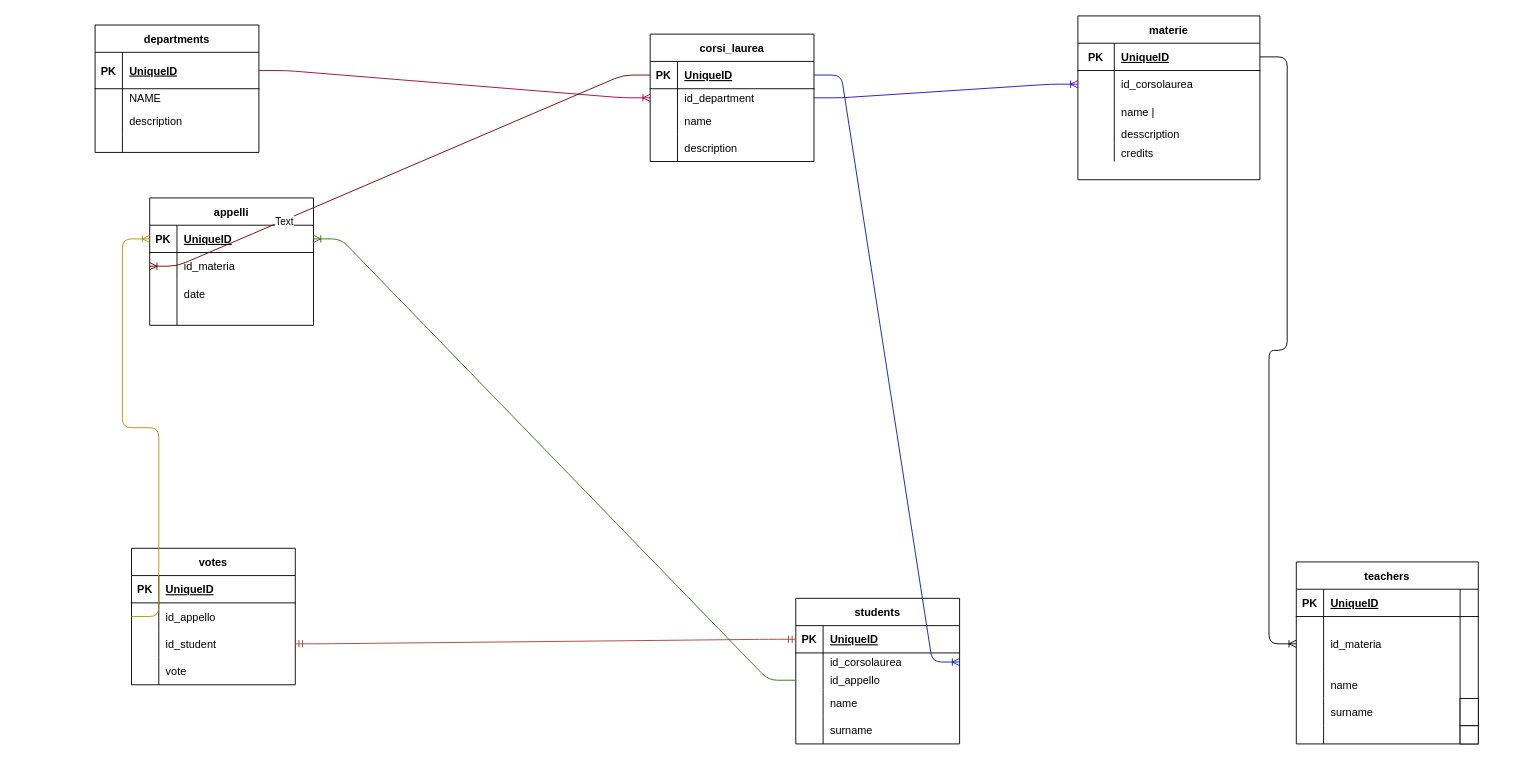
Earlier version of the draw.io diagram univerity.drawio (leamusa/db-university). Source tidied: cells renumbered, new cells numbered last; positions are measured from the earlier drawing's top-left corner, leaving out a move shared by most shapes. Both pictures are drawn from the tidied source at 91%, with x=0, y=0 at pixel (95, 15).
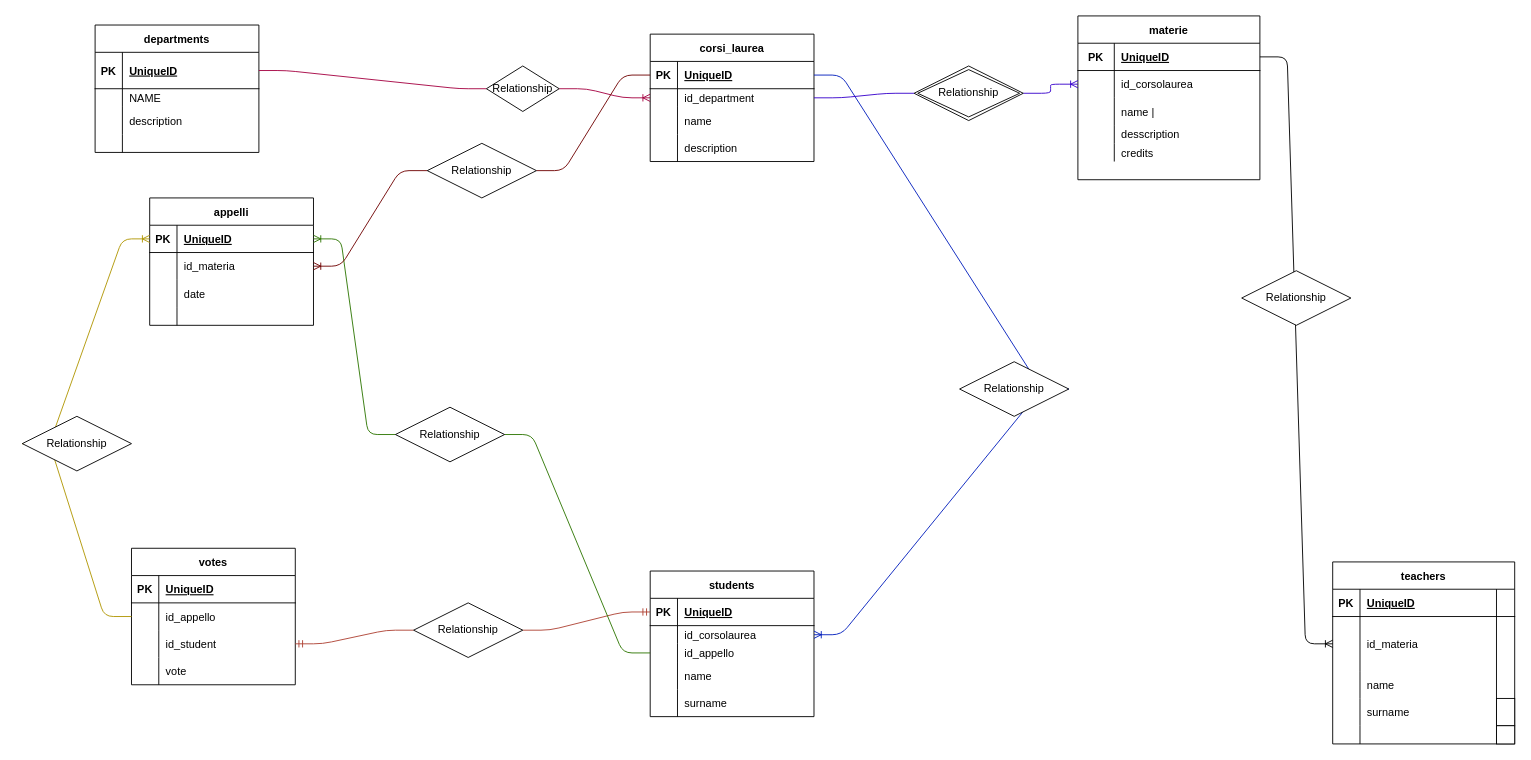
The same diagram, later.

Unchanged cells that the change refers to:
```xml
<mxCell id="3" style="shape=tableRow;horizontal=0;startSize=0;swimlaneHead=0;swimlaneBody=0;fillColor=none;points=[[0,0.5],[1,0.5]];portConstraint=eastwest;top=0;left=0;right=0;bottom=1;" parent="2" vertex="1">
  <mxGeometry y="30" width="180" height="40" as="geometry" />
</mxCell>
<mxCell id="16" style="shape=tableRow;horizontal=0;startSize=0;swimlaneHead=0;swimlaneBody=0;fillColor=none;points=[[0,0.5],[1,0.5]];portConstraint=eastwest;top=0;left=0;right=0;bottom=1;" parent="15" vertex="1">
  <mxGeometry y="30" width="180" height="30" as="geometry" />
</mxCell>
<mxCell id="19" style="shape=tableRow;horizontal=0;startSize=0;swimlaneHead=0;swimlaneBody=0;fillColor=none;points=[[0,0.5],[1,0.5]];portConstraint=eastwest;top=0;left=0;right=0;bottom=0;" parent="15" vertex="1">
  <mxGeometry y="60" width="180" height="20" as="geometry" />
</mxCell>
<mxCell id="32" style="shape=tableRow;horizontal=0;startSize=0;swimlaneHead=0;swimlaneBody=0;fillColor=none;points=[[0,0.5],[1,0.5]];portConstraint=eastwest;top=0;left=0;right=0;bottom=0;" parent="28" vertex="1">
  <mxGeometry y="60" width="200" height="30" as="geometry" />
</mxCell>
<mxCell id="63" style="shape=tableRow;horizontal=0;startSize=0;swimlaneHead=0;swimlaneBody=0;fillColor=none;points=[[0,0.5],[1,0.5]];portConstraint=eastwest;top=0;left=0;right=0;bottom=1;" parent="62" vertex="1">
  <mxGeometry y="30" width="180" height="30" as="geometry" />
</mxCell>
<mxCell id="66" style="shape=tableRow;horizontal=0;startSize=0;swimlaneHead=0;swimlaneBody=0;fillColor=none;points=[[0,0.5],[1,0.5]];portConstraint=eastwest;top=0;left=0;right=0;bottom=0;" parent="62" vertex="1">
  <mxGeometry y="60" width="180" height="20" as="geometry" />
</mxCell>
<mxCell id="69" style="shape=tableRow;horizontal=0;startSize=0;swimlaneHead=0;swimlaneBody=0;fillColor=none;points=[[0,0.5],[1,0.5]];portConstraint=eastwest;top=0;left=0;right=0;bottom=0;" parent="62" vertex="1">
  <mxGeometry y="80" width="180" height="20" as="geometry" />
</mxCell>
<mxCell id="79" style="shape=tableRow;horizontal=0;startSize=0;swimlaneHead=0;swimlaneBody=0;fillColor=none;points=[[0,0.5],[1,0.5]];portConstraint=eastwest;top=0;left=0;right=0;bottom=1;" parent="78" vertex="1">
  <mxGeometry y="30" width="180" height="30" as="geometry" />
</mxCell>
<mxCell id="82" style="shape=tableRow;horizontal=0;startSize=0;swimlaneHead=0;swimlaneBody=0;fillColor=none;points=[[0,0.5],[1,0.5]];portConstraint=eastwest;top=0;left=0;right=0;bottom=0;" parent="78" vertex="1">
  <mxGeometry y="60" width="180" height="30" as="geometry" />
</mxCell>
<mxCell id="95" style="shape=tableRow;horizontal=0;startSize=0;swimlaneHead=0;swimlaneBody=0;fillColor=none;points=[[0,0.5],[1,0.5]];portConstraint=eastwest;top=0;left=0;right=0;bottom=0;" parent="91" vertex="1">
  <mxGeometry y="60" width="180" height="30" as="geometry" />
</mxCell>
<mxCell id="98" style="shape=tableRow;horizontal=0;startSize=0;swimlaneHead=0;swimlaneBody=0;fillColor=none;points=[[0,0.5],[1,0.5]];portConstraint=eastwest;top=0;left=0;right=0;bottom=0;" parent="91" vertex="1">
  <mxGeometry y="90" width="180" height="30" as="geometry" />
</mxCell>
```

Change to the diagram source:
```diff
@@
     <mxCell id="44" value="teachers" style="shape=table;startSize=30;childLayout=tableLayout;rowLines=0;fontStyle=1;align=center;" parent="1" vertex="1">
-      <mxGeometry x="1320" y="600" width="200" height="200" as="geometry" />
+      <mxGeometry x="1360" y="600" width="200" height="200" as="geometry" />
     </mxCell>
@@
     <mxCell id="62" value="students" style="shape=table;startSize=30;childLayout=tableLayout;rowLines=0;fontStyle=1;align=center;" parent="1" vertex="1">
-      <mxGeometry x="770" y="640" width="180" height="160" as="geometry" />
+      <mxGeometry x="610" y="610" width="180" height="160" as="geometry" />
     </mxCell>
@@
-    <mxCell id="104" style="edgeStyle=entityRelationEdgeStyle;fontSize=12;html=1;endArrow=ERoneToMany;exitX=1;exitY=0.5;exitDx=0;exitDy=0;entryX=0;entryY=0.5;entryDx=0;entryDy=0;fillColor=#d80073;strokeColor=#A50040;" parent="1" edge="1" source="3" target="19">
+    <mxCell id="104" style="edgeStyle=entityRelationEdgeStyle;fontSize=12;html=1;endArrow=ERoneToMany;exitX=1;exitY=0.5;exitDx=0;exitDy=0;entryX=0;entryY=0.5;entryDx=0;entryDy=0;fillColor=#d80073;strokeColor=#A50040;startArrow=none;" parent="1" edge="1" source="114" target="19">
       <mxGeometry relative="1" as="geometry" />
     </mxCell>
-    <mxCell id="105" style="edgeStyle=entityRelationEdgeStyle;fontSize=12;html=1;endArrow=ERoneToMany;entryX=0;entryY=0.5;entryDx=0;entryDy=0;fillColor=#6a00ff;strokeColor=#3700CC;exitX=1;exitY=0.5;exitDx=0;exitDy=0;" parent="1" edge="1" source="19" target="32">
+    <mxCell id="105" style="edgeStyle=entityRelationEdgeStyle;fontSize=12;html=1;endArrow=ERoneToMany;entryX=0;entryY=0.5;entryDx=0;entryDy=0;fillColor=#6a00ff;strokeColor=#3700CC;exitX=1;exitY=0.5;exitDx=0;exitDy=0;startArrow=none;" parent="1" edge="1" source="127" target="32">
       <mxGeometry relative="1" as="geometry" />
     </mxCell>
@@
-    <mxCell id="107" style="edgeStyle=entityRelationEdgeStyle;fontSize=12;html=1;endArrow=ERmandOne;startArrow=ERmandOne;entryX=0;entryY=0.5;entryDx=0;entryDy=0;exitX=1;exitY=0.5;exitDx=0;exitDy=0;fillColor=#fad9d5;strokeColor=#ae4132;" parent="1" edge="1" source="98" target="63">
+    <mxCell id="107" style="edgeStyle=entityRelationEdgeStyle;fontSize=12;html=1;endArrow=ERmandOne;startArrow=none;entryX=0;entryY=0.5;entryDx=0;entryDy=0;exitX=1;exitY=0.5;exitDx=0;exitDy=0;fillColor=#fad9d5;strokeColor=#ae4132;" parent="1" edge="1" source="121" target="63">
       <mxGeometry relative="1" as="geometry" />
     </mxCell>
-    <mxCell id="108" style="edgeStyle=entityRelationEdgeStyle;fontSize=12;html=1;endArrow=ERoneToMany;exitX=1;exitY=0.5;exitDx=0;exitDy=0;entryX=1;entryY=0.5;entryDx=0;entryDy=0;fillColor=#0050ef;strokeColor=#001DBC;" parent="1" edge="1" source="16" target="66">
+    <mxCell id="108" style="edgeStyle=entityRelationEdgeStyle;fontSize=12;html=1;endArrow=ERoneToMany;exitX=1;exitY=0.5;exitDx=0;exitDy=0;entryX=1;entryY=0.5;entryDx=0;entryDy=0;fillColor=#0050ef;strokeColor=#001DBC;startArrow=none;" parent="1" edge="1" source="119" target="66">
       <mxGeometry relative="1" as="geometry" />
     </mxCell>
-    <mxCell id="109" style="edgeStyle=entityRelationEdgeStyle;fontSize=12;html=1;endArrow=ERoneToMany;entryX=1;entryY=0.5;entryDx=0;entryDy=0;fillColor=#60a917;strokeColor=#2D7600;exitX=0;exitY=0.5;exitDx=0;exitDy=0;" parent="1" edge="1" source="69" target="79">
+    <mxCell id="109" style="edgeStyle=entityRelationEdgeStyle;fontSize=12;html=1;endArrow=ERoneToMany;entryX=1;entryY=0.5;entryDx=0;entryDy=0;fillColor=#60a917;strokeColor=#2D7600;exitX=0;exitY=0.5;exitDx=0;exitDy=0;startArrow=none;" parent="1" edge="1" source="116" target="79">
       <mxGeometry relative="1" as="geometry" />
     </mxCell>
-    <mxCell id="110" style="edgeStyle=entityRelationEdgeStyle;fontSize=12;html=1;endArrow=ERoneToMany;entryX=0;entryY=0.5;entryDx=0;entryDy=0;fillColor=#a20025;strokeColor=#6F0000;exitX=0;exitY=0.5;exitDx=0;exitDy=0;" parent="1" edge="1" source="16" target="82">
+    <mxCell id="110" style="edgeStyle=entityRelationEdgeStyle;fontSize=12;html=1;endArrow=ERoneToMany;entryX=1;entryY=0.5;entryDx=0;entryDy=0;fillColor=#a20025;strokeColor=#6F0000;exitX=0;exitY=0.5;exitDx=0;exitDy=0;startArrow=none;" parent="1" edge="1" source="123" target="82">
       <mxGeometry relative="1" as="geometry" />
     </mxCell>
-    <mxCell id="111" value="Text" style="edgeLabel;html=1;align=center;verticalAlign=middle;" parent="110" vertex="1">
-      <mxGeometry x="0.47" y="1" relative="1" as="geometry" />
-    </mxCell>
-    <mxCell id="112" style="edgeStyle=entityRelationEdgeStyle;fontSize=12;html=1;endArrow=ERoneToMany;exitX=0;exitY=0.5;exitDx=0;exitDy=0;entryX=0;entryY=0.5;entryDx=0;entryDy=0;fillColor=#e3c800;strokeColor=#B09500;" parent="1" edge="1" source="95" target="79">
+    <mxCell id="112" style="edgeStyle=entityRelationEdgeStyle;fontSize=12;html=1;endArrow=ERoneToMany;exitX=0;exitY=0.5;exitDx=0;exitDy=0;entryX=0;entryY=0.5;entryDx=0;entryDy=0;fillColor=#e3c800;strokeColor=#B09500;startArrow=none;" parent="1" edge="1" source="125" target="79">
       <mxGeometry relative="1" as="geometry" />
     </mxCell>
+    <mxCell id="113" style="edgeStyle=entityRelationEdgeStyle;fontSize=12;html=1;endArrow=none;exitX=1;exitY=0.5;exitDx=0;exitDy=0;entryX=0;entryY=0.5;entryDx=0;entryDy=0;fillColor=#d80073;strokeColor=#A50040;" parent="1" edge="1" source="3" target="114">
+      <mxGeometry relative="1" as="geometry" />
+    </mxCell>
+    <mxCell id="114" value="Relationship" style="shape=rhombus;perimeter=rhombusPerimeter;whiteSpace=wrap;html=1;align=center;" parent="1" vertex="1">
+      <mxGeometry x="430" y="55" width="80" height="50" as="geometry" />
+    </mxCell>
+    <mxCell id="115" style="edgeStyle=entityRelationEdgeStyle;fontSize=12;html=1;endArrow=none;entryX=1;entryY=0.5;entryDx=0;entryDy=0;fillColor=#60a917;strokeColor=#2D7600;exitX=0;exitY=0.5;exitDx=0;exitDy=0;" parent="1" edge="1" source="69" target="116">
+      <mxGeometry relative="1" as="geometry" />
+    </mxCell>
+    <mxCell id="116" value="Relationship" style="shape=rhombus;perimeter=rhombusPerimeter;whiteSpace=wrap;html=1;align=center;" parent="1" vertex="1">
+      <mxGeometry x="330" y="430" width="120" height="60" as="geometry" />
+    </mxCell>
+    <mxCell id="117" value="Relationship" style="shape=rhombus;perimeter=rhombusPerimeter;whiteSpace=wrap;html=1;align=center;" parent="1" vertex="1">
+      <mxGeometry x="1260" y="280" width="120" height="60" as="geometry" />
+    </mxCell>
+    <mxCell id="118" style="edgeStyle=entityRelationEdgeStyle;fontSize=12;html=1;endArrow=none;exitX=1;exitY=0.5;exitDx=0;exitDy=0;entryX=1;entryY=0.5;entryDx=0;entryDy=0;fillColor=#0050ef;strokeColor=#001DBC;" parent="1" edge="1" source="16" target="119">
+      <mxGeometry relative="1" as="geometry" />
+    </mxCell>
+    <mxCell id="119" value="Relationship" style="shape=rhombus;perimeter=rhombusPerimeter;whiteSpace=wrap;html=1;align=center;" parent="1" vertex="1">
+      <mxGeometry x="950" y="380" width="120" height="60" as="geometry" />
+    </mxCell>
+    <mxCell id="120" style="edgeStyle=entityRelationEdgeStyle;fontSize=12;html=1;endArrow=none;startArrow=ERmandOne;entryX=0;entryY=0.5;entryDx=0;entryDy=0;exitX=1;exitY=0.5;exitDx=0;exitDy=0;fillColor=#fad9d5;strokeColor=#ae4132;" parent="1" edge="1" source="98" target="121">
+      <mxGeometry relative="1" as="geometry" />
+    </mxCell>
+    <mxCell id="121" value="Relationship" style="shape=rhombus;perimeter=rhombusPerimeter;whiteSpace=wrap;html=1;align=center;" parent="1" vertex="1">
+      <mxGeometry x="350" y="645" width="120" height="60" as="geometry" />
+    </mxCell>
+    <mxCell id="122" style="edgeStyle=entityRelationEdgeStyle;fontSize=12;html=1;endArrow=none;entryX=1;entryY=0.5;entryDx=0;entryDy=0;fillColor=#a20025;strokeColor=#6F0000;exitX=0;exitY=0.5;exitDx=0;exitDy=0;" parent="1" edge="1" source="16" target="123">
+      <mxGeometry relative="1" as="geometry" />
+    </mxCell>
+    <mxCell id="123" value="Relationship" style="shape=rhombus;perimeter=rhombusPerimeter;whiteSpace=wrap;html=1;align=center;" parent="1" vertex="1">
+      <mxGeometry x="365" y="140" width="120" height="60" as="geometry" />
+    </mxCell>
+    <mxCell id="124" style="edgeStyle=entityRelationEdgeStyle;fontSize=12;html=1;endArrow=none;exitX=0;exitY=0.5;exitDx=0;exitDy=0;entryX=0;entryY=0.5;entryDx=0;entryDy=0;fillColor=#e3c800;strokeColor=#B09500;" parent="1" edge="1" source="95" target="125">
+      <mxGeometry relative="1" as="geometry" />
+    </mxCell>
+    <mxCell id="125" value="Relationship" style="shape=rhombus;perimeter=rhombusPerimeter;whiteSpace=wrap;html=1;align=center;" parent="1" vertex="1">
+      <mxGeometry x="-80" y="440" width="120" height="60" as="geometry" />
+    </mxCell>
+    <mxCell id="126" style="edgeStyle=entityRelationEdgeStyle;fontSize=12;html=1;endArrow=none;entryX=0;entryY=0.5;entryDx=0;entryDy=0;fillColor=#6a00ff;strokeColor=#3700CC;exitX=1;exitY=0.5;exitDx=0;exitDy=0;" parent="1" edge="1" source="19" target="127">
+      <mxGeometry relative="1" as="geometry" />
+    </mxCell>
+    <mxCell id="127" value="Relationship" style="shape=rhombus;double=1;perimeter=rhombusPerimeter;whiteSpace=wrap;html=1;align=center;" parent="1" vertex="1">
+      <mxGeometry x="900" y="55" width="120" height="60" as="geometry" />
+    </mxCell>
```
